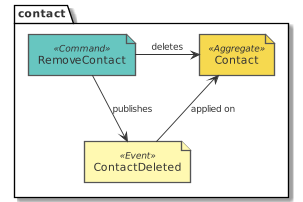
The PlantUML diagram paper/design_contact_eventstorming_remove.png in tmorin/dorders, before a commit.
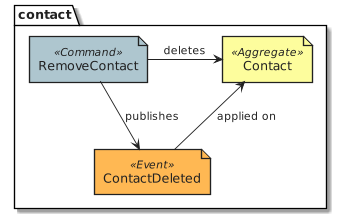
After the commit.

What changed in the source:
```diff
@@ -1,10 +1,9 @@
 @startuml design_contact_eventstorming_remove
-!include common.puml
-!include ../.gdiag/plantuml-libs/eventstorming/eventstorming-all.puml
+!include common.eventstorming.puml
 package contact {
-  command('RemoveContact')
-  aggregate('Contact')
-  event('ContactDeleted')
+  Command('RemoveContact')
+  Aggregate('Contact')
+  Event('ContactDeleted')
 }
 RemoveContact -r-> Contact : deletes
 RemoveContact --> ContactDeleted : publishes
```
